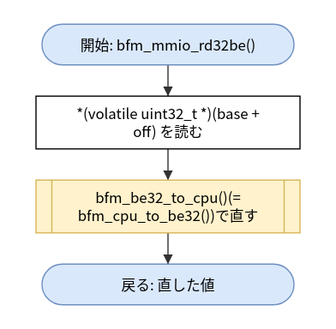
Above: doc/spec/images/flow_include_bfm_port__bfm_mmio_rd32be.drawio.svg in hf355051012-ai/bfmem (draw.io), before the change. Source tidied: cells renumbered, new cells last; positions are measured from the earlier drawing's top-left corner, leaving out a move shared by most shapes. The source it was exported from:
```xml
<mxGraphModel>
  <root>
    <mxCell id="0" />
    <mxCell id="1" parent="0" />
    <mxCell id="2" value="開始: bfm_mmio_rd32be()" style="rounded=1;arcSize=50;whiteSpace=wrap;html=1;fillColor=#dae8fc;strokeColor=#6c8ebf;" parent="1" vertex="1">
      <mxGeometry x="5" width="210" height="34" as="geometry" />
    </mxCell>
    <mxCell id="3" value="*(volatile uint32_t *)(base +&lt;br&gt;off) を読む" style="rounded=0;whiteSpace=wrap;html=1;" parent="1" vertex="1">
      <mxGeometry y="60" width="220" height="44" as="geometry" />
    </mxCell>
    <mxCell id="4" value="bfm_be32_to_cpu()(=&lt;br&gt;bfm_cpu_to_be32())で直す" style="shape=process;whiteSpace=wrap;html=1;backgroundOutline=1;size=0.06;fillColor=#fff2cc;strokeColor=#d6b656;" parent="1" vertex="1">
      <mxGeometry y="130" width="220" height="44" as="geometry" />
    </mxCell>
    <mxCell id="5" value="戻る: 直した値" style="rounded=1;arcSize=50;whiteSpace=wrap;html=1;fillColor=#dae8fc;strokeColor=#6c8ebf;" parent="1" vertex="1">
      <mxGeometry x="5" y="200" width="210" height="34" as="geometry" />
    </mxCell>
    <mxCell id="6" style="edgeStyle=none;html=1;rounded=0;endArrow=block;endFill=1;exitX=0.5000;exitY=1.0000;exitDx=0;exitDy=0;exitPerimeter=0;entryX=0.5000;entryY=0.0000;entryDx=0;entryDy=0;entryPerimeter=0;" parent="1" edge="1" source="2" target="3">
      <mxGeometry relative="1" as="geometry" />
    </mxCell>
    <mxCell id="7" style="edgeStyle=none;html=1;rounded=0;endArrow=block;endFill=1;exitX=0.5000;exitY=1.0000;exitDx=0;exitDy=0;exitPerimeter=0;entryX=0.5000;entryY=0.0000;entryDx=0;entryDy=0;entryPerimeter=0;" parent="1" edge="1" source="3" target="4">
      <mxGeometry relative="1" as="geometry" />
    </mxCell>
    <mxCell id="8" style="edgeStyle=none;html=1;rounded=0;endArrow=block;endFill=1;exitX=0.5000;exitY=1.0000;exitDx=0;exitDy=0;exitPerimeter=0;entryX=0.5000;entryY=0.0000;entryDx=0;entryDy=0;entryPerimeter=0;" parent="1" edge="1" source="4" target="5">
      <mxGeometry relative="1" as="geometry" />
    </mxCell>
  </root>
</mxGraphModel>
```
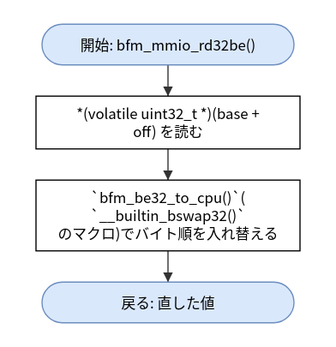
After the change.

Diff of the diagram source:
```diff
@@ -8,11 +8,11 @@
     <mxCell id="3" value="*(volatile uint32_t *)(base +&lt;br&gt;off) を読む" style="rounded=0;whiteSpace=wrap;html=1;" parent="1" vertex="1">
       <mxGeometry y="60" width="220" height="44" as="geometry" />
     </mxCell>
-    <mxCell id="4" value="bfm_be32_to_cpu()(=&lt;br&gt;bfm_cpu_to_be32())で直す" style="shape=process;whiteSpace=wrap;html=1;backgroundOutline=1;size=0.06;fillColor=#fff2cc;strokeColor=#d6b656;" parent="1" vertex="1">
-      <mxGeometry y="130" width="220" height="44" as="geometry" />
+    <mxCell id="4" value="`bfm_be32_to_cpu()`(&lt;br&gt;`__builtin_bswap32()`&lt;br&gt;のマクロ)でバイト順を入れ替える" style="rounded=0;whiteSpace=wrap;html=1;" parent="1" vertex="1">
+      <mxGeometry y="130" width="220" height="59" as="geometry" />
     </mxCell>
     <mxCell id="5" value="戻る: 直した値" style="rounded=1;arcSize=50;whiteSpace=wrap;html=1;fillColor=#dae8fc;strokeColor=#6c8ebf;" parent="1" vertex="1">
-      <mxGeometry x="5" y="200" width="210" height="34" as="geometry" />
+      <mxGeometry x="5" y="215" width="210" height="34" as="geometry" />
     </mxCell>
     <mxCell id="6" style="edgeStyle=none;html=1;rounded=0;endArrow=block;endFill=1;exitX=0.5000;exitY=1.0000;exitDx=0;exitDy=0;exitPerimeter=0;entryX=0.5000;entryY=0.0000;entryDx=0;entryDy=0;entryPerimeter=0;" parent="1" edge="1" source="2" target="3">
       <mxGeometry relative="1" as="geometry" />
```
